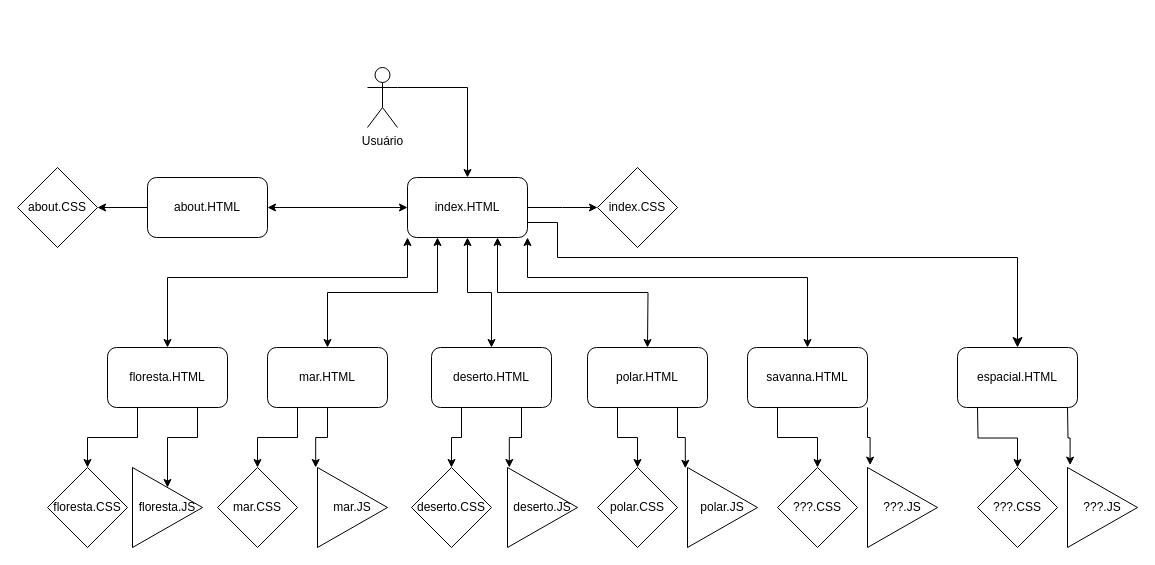
This is Diagrama sem nome.drawio from rafaelsaboiad/storyApp, a draw.io file, before an edit. Source tidied: cells renumbered, new cells numbered last; positions are measured from the earlier drawing's top-left corner, leaving out a move shared by most shapes. Both pictures are drawn from the tidied source at 100%, with x=0, y=0 at pixel (17, 67).
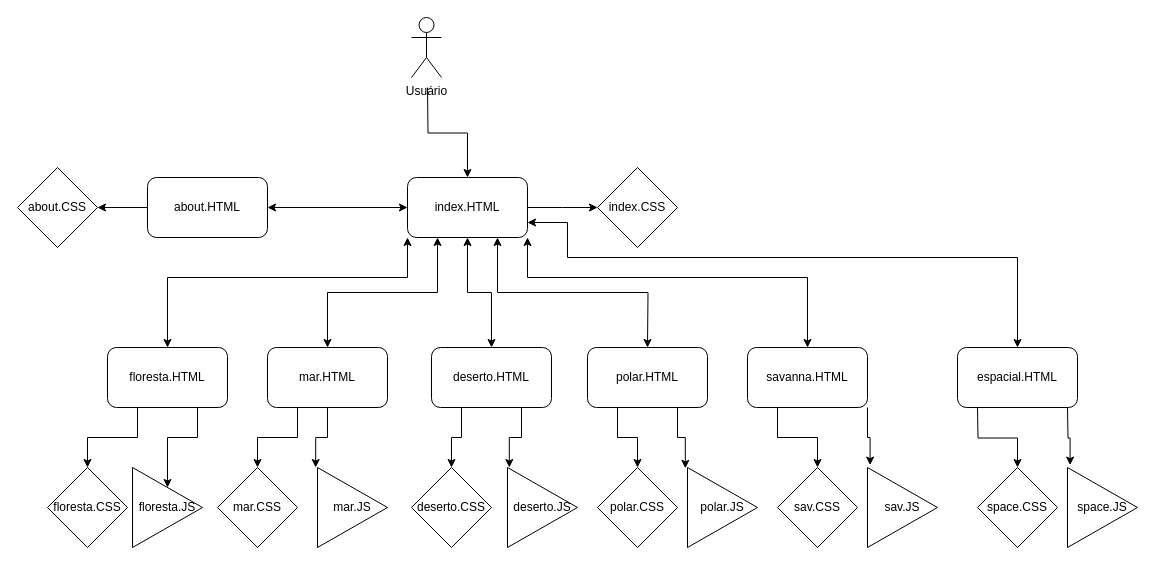
The same page after the edit.

Unchanged cells that the change refers to:
```xml
<mxCell id="10" value="index.HTML" style="rounded=1;whiteSpace=wrap;html=1;" parent="1" vertex="1">
  <mxGeometry x="390" y="110" width="120" height="60" as="geometry" />
</mxCell>
<mxCell id="46" value="espacial.HTML" style="rounded=1;whiteSpace=wrap;html=1;" parent="1" vertex="1">
  <mxGeometry x="940" y="280" width="120" height="60" as="geometry" />
</mxCell>
```

Diff of the diagram source:
```diff
@@
-    <mxCell id="9" style="edgeStyle=orthogonalEdgeStyle;rounded=0;jettySize=auto;html=1;exitX=1;exitY=0.75;exitDx=0;exitDy=0;fontSize=12;startSize=8;endSize=8;entryX=0.5;entryY=0;entryDx=0;entryDy=0;" parent="1" edge="1" source="10" target="46">
-      <mxGeometry relative="1" as="geometry">
-        <Array as="points">
-          <mxPoint x="540" y="155" />
-          <mxPoint x="540" y="190" />
-          <mxPoint x="1000" y="190" />
-        </Array>
-      </mxGeometry>
-    </mxCell>
@@
-    <mxCell id="27" style="edgeStyle=orthogonalEdgeStyle;rounded=0;jettySize=auto;html=1;exitX=1;exitY=0.3333333333333333;exitDx=0;exitDy=0;exitPerimeter=0;entryX=0.5;entryY=0;entryDx=0;entryDy=0;" parent="1" edge="1" source="28" target="10">
-      <mxGeometry relative="1" as="geometry" />
+    <mxCell id="27" style="edgeStyle=orthogonalEdgeStyle;rounded=0;jettySize=auto;html=1;entryX=0.5;entryY=0;entryDx=0;entryDy=0;" parent="1" edge="1" target="10">
+      <mxGeometry relative="1" as="geometry">
+        <mxPoint x="410" y="20" as="sourcePoint" />
+      </mxGeometry>
     </mxCell>
     <mxCell id="28" value="Usuário" style="shape=umlActor;verticalLabelPosition=bottom;verticalAlign=top;html=1;outlineConnect=0;" parent="1" vertex="1">
-      <mxGeometry x="350" width="30" height="60" as="geometry" />
+      <mxGeometry x="394" y="-50" width="30" height="60" as="geometry" />
     </mxCell>
@@
-    <mxCell id="33" value="???.CSS" style="rhombus;whiteSpace=wrap;html=1;" parent="1" vertex="1">
+    <mxCell id="33" value="sav.CSS" style="rhombus;whiteSpace=wrap;html=1;" parent="1" vertex="1">
       <mxGeometry x="760" y="400" width="80" height="80" as="geometry" />
     </mxCell>
@@
-    <mxCell id="38" value="???.JS" style="triangle;whiteSpace=wrap;html=1;" parent="1" vertex="1">
+    <mxCell id="38" value="sav.JS" style="triangle;whiteSpace=wrap;html=1;" parent="1" vertex="1">
       <mxGeometry x="850" y="400" width="70" height="80" as="geometry" />
     </mxCell>
@@
-    <mxCell id="44" value="???.CSS" style="rhombus;whiteSpace=wrap;html=1;" parent="1" vertex="1">
+    <mxCell id="44" value="space.CSS" style="rhombus;whiteSpace=wrap;html=1;" parent="1" vertex="1">
       <mxGeometry x="960" y="400" width="80" height="80" as="geometry" />
     </mxCell>
-    <mxCell id="45" value="???.JS" style="triangle;whiteSpace=wrap;html=1;" parent="1" vertex="1">
+    <mxCell id="45" value="space.JS" style="triangle;whiteSpace=wrap;html=1;" parent="1" vertex="1">
       <mxGeometry x="1050" y="400" width="70" height="80" as="geometry" />
     </mxCell>
@@
+    <mxCell id="9" style="endArrow=classic;startArrow=classic;html=1;rounded=0;exitX=1;exitY=0.75;exitDx=0;exitDy=0;entryX=0.5;entryY=0;entryDx=0;entryDy=0;edgeStyle=orthogonalEdgeStyle;" parent="1" edge="1" source="10" target="46">
+      <mxGeometry relative="1" as="geometry">
+        <Array as="points">
+          <mxPoint x="550" y="155" />
+          <mxPoint x="550" y="190" />
+          <mxPoint x="1000" y="190" />
+        </Array>
+      </mxGeometry>
+    </mxCell>
```
